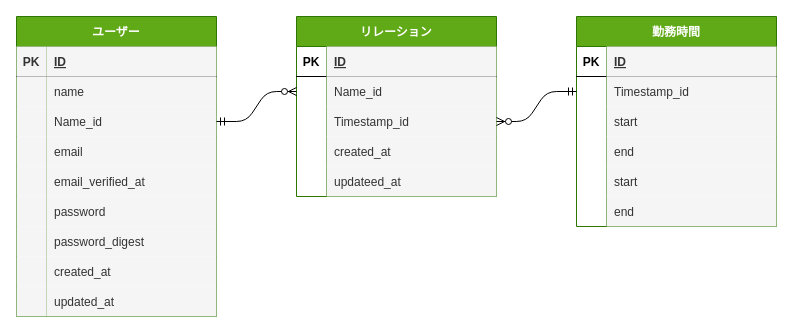
Before: docs/diagrams/atte.dio in teruma-nanami/atte, a draw.io diagram. Source tidied: cells renumbered, new cells numbered last; positions are measured from the earlier drawing's top-left corner, leaving out a move shared by most shapes. Both pictures are drawn from the tidied source at 100%, with x=0, y=0 at pixel (16, 16).
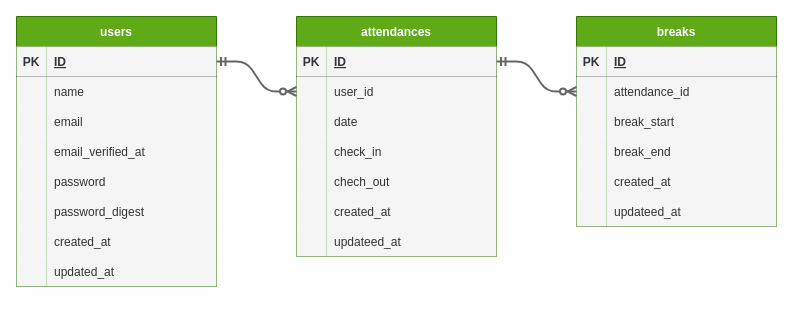
The same page after the edit.

The change refers to these unchanged cells:
```xml
<mxCell id="3" style="shape=tableRow;horizontal=0;startSize=0;swimlaneHead=0;swimlaneBody=0;fillColor=none;points=[[0,0.5],[1,0.5]];portConstraint=eastwest;top=0;left=0;right=0;bottom=1;" parent="2" vertex="1">
  <mxGeometry y="30" width="200" height="30" as="geometry" />
</mxCell>
<mxCell id="31" style="shape=tableRow;horizontal=0;startSize=0;swimlaneHead=0;swimlaneBody=0;fillColor=none;top=0;left=0;right=0;bottom=1;" parent="30" vertex="1">
  <mxGeometry y="30" width="200" height="30" as="geometry" />
</mxCell>
<mxCell id="34" style="shape=tableRow;horizontal=0;startSize=0;swimlaneHead=0;swimlaneBody=0;fillColor=none;points=[[0,0.5],[1,0.5]];portConstraint=eastwest;top=0;left=0;right=0;bottom=0;" parent="30" vertex="1">
  <mxGeometry y="60" width="200" height="30" as="geometry" />
</mxCell>
<mxCell id="37" style="shape=tableRow;horizontal=0;startSize=0;swimlaneHead=0;swimlaneBody=0;fillColor=none;top=0;left=0;right=0;bottom=0;" parent="30" vertex="1">
  <mxGeometry y="90" width="200" height="30" as="geometry" />
</mxCell>
<mxCell id="40" style="shape=tableRow;horizontal=0;startSize=0;swimlaneHead=0;swimlaneBody=0;fillColor=none;top=0;left=0;right=0;bottom=0;" parent="30" vertex="1">
  <mxGeometry y="120" width="200" height="30" as="geometry" />
</mxCell>
<mxCell id="43" style="shape=tableRow;horizontal=0;startSize=0;swimlaneHead=0;swimlaneBody=0;fillColor=none;top=0;left=0;right=0;bottom=0;" parent="30" vertex="1">
  <mxGeometry y="150" width="200" height="30" as="geometry" />
</mxCell>
<mxCell id="46" style="shape=tableRow;horizontal=0;startSize=0;swimlaneHead=0;swimlaneBody=0;fillColor=none;top=0;left=0;right=0;bottom=0;" parent="30" vertex="1">
  <mxGeometry y="180" width="200" height="30" as="geometry" />
</mxCell>
<mxCell id="50" style="shape=tableRow;horizontal=0;startSize=0;swimlaneHead=0;swimlaneBody=0;fillColor=none;points=[[0,0.5],[1,0.5]];portConstraint=eastwest;top=0;left=0;right=0;bottom=1;" parent="49" vertex="1">
  <mxGeometry y="30" width="200" height="30" as="geometry" />
</mxCell>
<mxCell id="53" style="shape=tableRow;horizontal=0;startSize=0;swimlaneHead=0;swimlaneBody=0;fillColor=none;points=[[0,0.5],[1,0.5]];portConstraint=eastwest;top=0;left=0;right=0;bottom=0;" parent="49" vertex="1">
  <mxGeometry y="60" width="200" height="30" as="geometry" />
</mxCell>
<mxCell id="56" style="shape=tableRow;horizontal=0;startSize=0;swimlaneHead=0;swimlaneBody=0;fillColor=none;points=[[0,0.5],[1,0.5]];portConstraint=eastwest;top=0;left=0;right=0;bottom=0;" parent="49" vertex="1">
  <mxGeometry y="90" width="200" height="30" as="geometry" />
</mxCell>
```

Diff of the diagram source:
```diff
@@
-<mxGraphModel>
+<mxGraphModel background="#ffffff">
@@
-    <mxCell id="2" value="ユーザー" style="shape=table;startSize=30;childLayout=tableLayout;rowLines=0;fontStyle=1;align=center;fillColor=#60a917;strokeColor=#2D7600;fontColor=#ffffff;" parent="1" vertex="1">
-      <mxGeometry width="200" height="300" as="geometry" />
+    <mxCell id="2" value="users" style="shape=table;startSize=30;childLayout=tableLayout;rowLines=0;fontStyle=1;align=center;fillColor=#60a917;strokeColor=#2D7600;fontColor=#ffffff;" parent="1" vertex="1">
+      <mxGeometry width="200" height="270" as="geometry" />
     </mxCell>
@@
-    <mxCell id="9" style="shape=tableRow;horizontal=0;startSize=0;swimlaneHead=0;swimlaneBody=0;fillColor=none;points=[[0,0.5],[1,0.5]];portConstraint=eastwest;top=0;left=0;right=0;bottom=0;" parent="2" vertex="1">
-      <mxGeometry y="90" width="200" height="30" as="geometry" />
-    </mxCell>
-    <mxCell id="10" style="shape=partialRectangle;fillColor=#f5f5f5;top=0;left=0;bottom=0;right=0;overflow=hidden;fontColor=#333333;strokeColor=#666666;" parent="9" vertex="1">
-      <mxGeometry width="30" height="30" as="geometry" />
-    </mxCell>
-    <mxCell id="11" value="Name_id" style="shape=partialRectangle;fillColor=#f5f5f5;top=0;left=0;bottom=0;right=0;align=left;spacingLeft=6;overflow=hidden;fontColor=#333333;strokeColor=#666666;" parent="9" vertex="1">
-      <mxGeometry x="30" width="170" height="30" as="geometry" />
-    </mxCell>
     <mxCell id="12" style="shape=tableRow;horizontal=0;startSize=0;swimlaneHead=0;swimlaneBody=0;fillColor=none;top=0;left=0;right=0;bottom=0;" parent="2" vertex="1">
-      <mxGeometry y="120" width="200" height="30" as="geometry" />
+      <mxGeometry y="90" width="200" height="30" as="geometry" />
     </mxCell>
@@
     <mxCell id="15" style="shape=tableRow;horizontal=0;startSize=0;swimlaneHead=0;swimlaneBody=0;fillColor=none;top=0;left=0;right=0;bottom=0;" parent="2" vertex="1">
-      <mxGeometry y="150" width="200" height="30" as="geometry" />
+      <mxGeometry y="120" width="200" height="30" as="geometry" />
     </mxCell>
@@
     <mxCell id="18" style="shape=tableRow;horizontal=0;startSize=0;swimlaneHead=0;swimlaneBody=0;fillColor=none;top=0;left=0;right=0;bottom=0;" parent="2" vertex="1">
-      <mxGeometry y="180" width="200" height="30" as="geometry" />
+      <mxGeometry y="150" width="200" height="30" as="geometry" />
     </mxCell>
@@
     <mxCell id="21" style="shape=tableRow;horizontal=0;startSize=0;swimlaneHead=0;swimlaneBody=0;fillColor=none;top=0;left=0;right=0;bottom=0;" parent="2" vertex="1">
-      <mxGeometry y="210" width="200" height="30" as="geometry" />
+      <mxGeometry y="180" width="200" height="30" as="geometry" />
     </mxCell>
@@
     <mxCell id="24" style="shape=tableRow;horizontal=0;startSize=0;swimlaneHead=0;swimlaneBody=0;fillColor=none;top=0;left=0;right=0;bottom=0;" parent="2" vertex="1">
-      <mxGeometry y="240" width="200" height="30" as="geometry" />
+      <mxGeometry y="210" width="200" height="30" as="geometry" />
     </mxCell>
@@
     <mxCell id="27" style="shape=tableRow;horizontal=0;startSize=0;swimlaneHead=0;swimlaneBody=0;fillColor=none;top=0;left=0;right=0;bottom=0;" parent="2" vertex="1">
-      <mxGeometry y="270" width="200" height="30" as="geometry" />
+      <mxGeometry y="240" width="200" height="30" as="geometry" />
     </mxCell>
@@
-    <mxCell id="30" value="勤務時間" style="shape=table;startSize=30;childLayout=tableLayout;rowLines=0;fontStyle=1;align=center;fillColor=#60a917;strokeColor=#2D7600;fontColor=#ffffff;" parent="1" vertex="1">
+    <mxCell id="30" value="breaks" style="shape=table;startSize=30;childLayout=tableLayout;rowLines=0;fontStyle=1;align=center;fillColor=#60a917;strokeColor=#2D7600;fontColor=#ffffff;" parent="1" vertex="1">
       <mxGeometry x="560" width="200" height="210" as="geometry" />
     </mxCell>
@@
-    <mxCell id="32" value="PK" style="shape=partialRectangle;fillColor=none;top=0;left=0;bottom=0;right=0;fontStyle=1;overflow=hidden;" parent="31" vertex="1">
+    <mxCell id="32" value="PK" style="shape=partialRectangle;fillColor=#f5f5f5;top=0;left=0;bottom=0;right=0;fontStyle=1;overflow=hidden;fontColor=#333333;strokeColor=#666666;" parent="31" vertex="1">
       <mxGeometry width="30" height="30" as="geometry" />
     </mxCell>
@@
-    <mxCell id="35" style="shape=partialRectangle;fillColor=none;top=0;left=0;bottom=0;right=0;overflow=hidden;" parent="34" vertex="1">
+    <mxCell id="35" style="shape=partialRectangle;fillColor=#f5f5f5;top=0;left=0;bottom=0;right=0;overflow=hidden;fontColor=#333333;strokeColor=#666666;" parent="34" vertex="1">
       <mxGeometry width="30" height="30" as="geometry" />
     </mxCell>
-    <mxCell id="36" value="Timestamp_id" style="shape=partialRectangle;fillColor=#f5f5f5;top=0;left=0;bottom=0;right=0;align=left;spacingLeft=6;overflow=hidden;fontColor=#333333;strokeColor=#666666;" parent="34" vertex="1">
+    <mxCell id="36" value="attendance_id" style="shape=partialRectangle;fillColor=#f5f5f5;top=0;left=0;bottom=0;right=0;align=left;spacingLeft=6;overflow=hidden;fontColor=#333333;strokeColor=#666666;" parent="34" vertex="1">
       <mxGeometry x="30" width="170" height="30" as="geometry" />
     </mxCell>
@@
-    <mxCell id="38" style="shape=partialRectangle;fillColor=none;top=0;left=0;bottom=0;right=0;overflow=hidden;" parent="37" vertex="1">
+    <mxCell id="38" style="shape=partialRectangle;fillColor=#f5f5f5;top=0;left=0;bottom=0;right=0;overflow=hidden;fontColor=#333333;strokeColor=#666666;" parent="37" vertex="1">
       <mxGeometry width="30" height="30" as="geometry" />
     </mxCell>
-    <mxCell id="39" value="start" style="shape=partialRectangle;fillColor=#f5f5f5;top=0;left=0;bottom=0;right=0;align=left;spacingLeft=6;overflow=hidden;fontColor=#333333;strokeColor=#666666;" parent="37" vertex="1">
+    <mxCell id="39" value="break_start" style="shape=partialRectangle;fillColor=#f5f5f5;top=0;left=0;bottom=0;right=0;align=left;spacingLeft=6;overflow=hidden;fontColor=#333333;strokeColor=#666666;" parent="37" vertex="1">
       <mxGeometry x="30" width="170" height="30" as="geometry" />
     </mxCell>
@@
-    <mxCell id="41" style="shape=partialRectangle;fillColor=none;top=0;left=0;bottom=0;right=0;overflow=hidden;" parent="40" vertex="1">
+    <mxCell id="41" style="shape=partialRectangle;fillColor=#f5f5f5;top=0;left=0;bottom=0;right=0;overflow=hidden;fontColor=#333333;strokeColor=#666666;" parent="40" vertex="1">
       <mxGeometry width="30" height="30" as="geometry" />
     </mxCell>
-    <mxCell id="42" value="end" style="shape=partialRectangle;fillColor=#f5f5f5;top=0;left=0;bottom=0;right=0;align=left;spacingLeft=6;overflow=hidden;fontColor=#333333;strokeColor=#666666;" parent="40" vertex="1">
+    <mxCell id="42" value="break_end" style="shape=partialRectangle;fillColor=#f5f5f5;top=0;left=0;bottom=0;right=0;align=left;spacingLeft=6;overflow=hidden;fontColor=#333333;strokeColor=#666666;" parent="40" vertex="1">
       <mxGeometry x="30" width="170" height="30" as="geometry" />
     </mxCell>
@@
-    <mxCell id="44" style="shape=partialRectangle;fillColor=none;top=0;left=0;bottom=0;right=0;overflow=hidden;" parent="43" vertex="1">
+    <mxCell id="44" style="shape=partialRectangle;fillColor=#f5f5f5;top=0;left=0;bottom=0;right=0;overflow=hidden;fontColor=#333333;strokeColor=#666666;" parent="43" vertex="1">
       <mxGeometry width="30" height="30" as="geometry" />
     </mxCell>
-    <mxCell id="45" value="start" style="shape=partialRectangle;fillColor=#f5f5f5;top=0;left=0;bottom=0;right=0;align=left;spacingLeft=6;overflow=hidden;fontColor=#333333;strokeColor=#666666;" parent="43" vertex="1">
+    <mxCell id="45" value="created_at" style="shape=partialRectangle;fillColor=#f5f5f5;top=0;left=0;bottom=0;right=0;align=left;spacingLeft=6;overflow=hidden;fontColor=#333333;strokeColor=#666666;" parent="43" vertex="1">
       <mxGeometry x="30" width="170" height="30" as="geometry" />
     </mxCell>
@@
-    <mxCell id="47" style="shape=partialRectangle;fillColor=none;top=0;left=0;bottom=0;right=0;overflow=hidden;" parent="46" vertex="1">
+    <mxCell id="47" style="shape=partialRectangle;fillColor=#f5f5f5;top=0;left=0;bottom=0;right=0;overflow=hidden;fontColor=#333333;strokeColor=#666666;" parent="46" vertex="1">
       <mxGeometry width="30" height="30" as="geometry" />
     </mxCell>
-    <mxCell id="48" value="end" style="shape=partialRectangle;fillColor=#f5f5f5;top=0;left=0;bottom=0;right=0;align=left;spacingLeft=6;overflow=hidden;fontColor=#333333;strokeColor=#666666;" parent="46" vertex="1">
+    <mxCell id="48" value="updateed_at" style="shape=partialRectangle;fillColor=#f5f5f5;top=0;left=0;bottom=0;right=0;align=left;spacingLeft=6;overflow=hidden;fontColor=#333333;strokeColor=#666666;" parent="46" vertex="1">
       <mxGeometry x="30" width="170" height="30" as="geometry" />
     </mxCell>
-    <mxCell id="49" value="リレーション" style="shape=table;startSize=30;childLayout=tableLayout;rowLines=0;fontStyle=1;align=center;fillColor=#60a917;strokeColor=#2D7600;fontColor=#ffffff;" parent="1" vertex="1">
-      <mxGeometry x="280" width="200" height="180" as="geometry" />
+    <mxCell id="49" value="attendances" style="shape=table;startSize=30;childLayout=tableLayout;rowLines=0;fontStyle=1;align=center;fillColor=#60a917;strokeColor=#2D7600;fontColor=#ffffff;" parent="1" vertex="1">
+      <mxGeometry x="280" width="200" height="240" as="geometry" />
     </mxCell>
@@
-    <mxCell id="51" value="PK" style="shape=partialRectangle;fillColor=none;top=0;left=0;bottom=0;right=0;fontStyle=1;overflow=hidden;" parent="50" vertex="1">
+    <mxCell id="51" value="PK" style="shape=partialRectangle;fillColor=#f5f5f5;top=0;left=0;bottom=0;right=0;fontStyle=1;overflow=hidden;fontColor=#333333;strokeColor=#666666;" parent="50" vertex="1">
       <mxGeometry width="30" height="30" as="geometry" />
     </mxCell>
@@
-    <mxCell id="54" style="shape=partialRectangle;fillColor=none;top=0;left=0;bottom=0;right=0;overflow=hidden;" parent="53" vertex="1">
+    <mxCell id="54" style="shape=partialRectangle;fillColor=#f5f5f5;top=0;left=0;bottom=0;right=0;overflow=hidden;fontColor=#333333;strokeColor=#666666;" parent="53" vertex="1">
       <mxGeometry width="30" height="30" as="geometry" />
     </mxCell>
-    <mxCell id="55" value="Name_id" style="shape=partialRectangle;fillColor=#f5f5f5;top=0;left=0;bottom=0;right=0;align=left;spacingLeft=6;overflow=hidden;fontColor=#333333;strokeColor=#666666;" parent="53" vertex="1">
+    <mxCell id="55" value="user_id" style="shape=partialRectangle;fillColor=#f5f5f5;top=0;left=0;bottom=0;right=0;align=left;spacingLeft=6;overflow=hidden;fontColor=#333333;strokeColor=#666666;" parent="53" vertex="1">
       <mxGeometry x="30" width="170" height="30" as="geometry" />
     </mxCell>
@@
-    <mxCell id="57" style="shape=partialRectangle;fillColor=none;top=0;left=0;bottom=0;right=0;overflow=hidden;" parent="56" vertex="1">
+    <mxCell id="57" style="shape=partialRectangle;fillColor=#f5f5f5;top=0;left=0;bottom=0;right=0;overflow=hidden;fontColor=#333333;strokeColor=#666666;" parent="56" vertex="1">
       <mxGeometry width="30" height="30" as="geometry" />
     </mxCell>
-    <mxCell id="58" value="Timestamp_id" style="shape=partialRectangle;fillColor=#f5f5f5;top=0;left=0;bottom=0;right=0;align=left;spacingLeft=6;overflow=hidden;fontColor=#333333;strokeColor=#666666;" parent="56" vertex="1">
+    <mxCell id="58" value="date" style="shape=partialRectangle;fillColor=#f5f5f5;top=0;left=0;bottom=0;right=0;align=left;spacingLeft=6;overflow=hidden;fontColor=#333333;strokeColor=#666666;" parent="56" vertex="1">
       <mxGeometry x="30" width="170" height="30" as="geometry" />
     </mxCell>
+    <mxCell id="67" style="shape=tableRow;horizontal=0;startSize=0;swimlaneHead=0;swimlaneBody=0;fillColor=none;top=0;left=0;right=0;bottom=0;" parent="49" vertex="1">
+      <mxGeometry y="120" width="200" height="30" as="geometry" />
+    </mxCell>
+    <mxCell id="68" style="shape=partialRectangle;fillColor=#f5f5f5;top=0;left=0;bottom=0;right=0;overflow=hidden;fontColor=#333333;strokeColor=#666666;" parent="67" vertex="1">
+      <mxGeometry width="30" height="30" as="geometry" />
+    </mxCell>
+    <mxCell id="69" value="check_in" style="shape=partialRectangle;fillColor=#f5f5f5;top=0;left=0;bottom=0;right=0;align=left;spacingLeft=6;overflow=hidden;fontColor=#333333;strokeColor=#666666;" parent="67" vertex="1">
+      <mxGeometry x="30" width="170" height="30" as="geometry" />
+    </mxCell>
+    <mxCell id="70" style="shape=tableRow;horizontal=0;startSize=0;swimlaneHead=0;swimlaneBody=0;fillColor=none;top=0;left=0;right=0;bottom=0;" parent="49" vertex="1">
+      <mxGeometry y="150" width="200" height="30" as="geometry" />
+    </mxCell>
+    <mxCell id="71" style="shape=partialRectangle;fillColor=#f5f5f5;top=0;left=0;bottom=0;right=0;overflow=hidden;fontColor=#333333;strokeColor=#666666;" parent="70" vertex="1">
+      <mxGeometry width="30" height="30" as="geometry" />
+    </mxCell>
+    <mxCell id="72" value="chech_out" style="shape=partialRectangle;fillColor=#f5f5f5;top=0;left=0;bottom=0;right=0;align=left;spacingLeft=6;overflow=hidden;fontColor=#333333;strokeColor=#666666;" parent="70" vertex="1">
+      <mxGeometry x="30" width="170" height="30" as="geometry" />
+    </mxCell>
     <mxCell id="59" style="shape=tableRow;horizontal=0;startSize=0;swimlaneHead=0;swimlaneBody=0;fillColor=none;top=0;left=0;right=0;bottom=0;" parent="49" vertex="1">
-      <mxGeometry y="120" width="200" height="30" as="geometry" />
+      <mxGeometry y="180" width="200" height="30" as="geometry" />
     </mxCell>
-    <mxCell id="60" style="shape=partialRectangle;fillColor=none;top=0;left=0;bottom=0;right=0;overflow=hidden;" parent="59" vertex="1">
+    <mxCell id="60" style="shape=partialRectangle;fillColor=#f5f5f5;top=0;left=0;bottom=0;right=0;overflow=hidden;fontColor=#333333;strokeColor=#666666;" parent="59" vertex="1">
       <mxGeometry width="30" height="30" as="geometry" />
     </mxCell>
@@
     <mxCell id="62" style="shape=tableRow;horizontal=0;startSize=0;swimlaneHead=0;swimlaneBody=0;fillColor=none;top=0;left=0;right=0;bottom=0;" parent="49" vertex="1">
-      <mxGeometry y="150" width="200" height="30" as="geometry" />
+      <mxGeometry y="210" width="200" height="30" as="geometry" />
     </mxCell>
-    <mxCell id="63" style="shape=partialRectangle;fillColor=none;top=0;left=0;bottom=0;right=0;overflow=hidden;" parent="62" vertex="1">
+    <mxCell id="63" style="shape=partialRectangle;fillColor=#f5f5f5;top=0;left=0;bottom=0;right=0;overflow=hidden;fontColor=#333333;strokeColor=#666666;" parent="62" vertex="1">
       <mxGeometry width="30" height="30" as="geometry" />
     </mxCell>
@@
+    <mxCell id="66" style="edgeStyle=entityRelationEdgeStyle;fontSize=12;html=1;endArrow=ERzeroToMany;startArrow=ERmandOne;entryX=0;entryY=0.5;entryDx=0;entryDy=0;exitX=1;exitY=0.5;exitDx=0;exitDy=0;strokeWidth=2;fillColor=#f5f5f5;strokeColor=#666666;" parent="1" edge="1" source="3" target="53">
+      <mxGeometry relative="1" as="geometry" />
+    </mxCell>
-    <mxCell id="65" style="edgeStyle=entityRelationEdgeStyle;fontSize=12;html=1;endArrow=ERzeroToMany;startArrow=ERmandOne;entryX=1;entryY=0.5;entryDx=0;entryDy=0;exitX=0;exitY=0.5;exitDx=0;exitDy=0;" parent="1" edge="1" source="34" target="56">
+    <mxCell id="65" style="edgeStyle=entityRelationEdgeStyle;fontSize=12;html=1;endArrow=ERzeroToMany;startArrow=ERmandOne;exitX=1;exitY=0.5;exitDx=0;exitDy=0;entryX=0;entryY=0.5;entryDx=0;entryDy=0;strokeWidth=2;fillColor=#f5f5f5;strokeColor=#666666;" parent="1" edge="1" source="50" target="34">
       <mxGeometry relative="1" as="geometry" />
     </mxCell>
-    <mxCell id="66" style="edgeStyle=entityRelationEdgeStyle;fontSize=12;html=1;endArrow=ERzeroToMany;startArrow=ERmandOne;entryX=0;entryY=0.5;entryDx=0;entryDy=0;exitX=1;exitY=0.5;exitDx=0;exitDy=0;" parent="1" edge="1" source="9" target="53">
-      <mxGeometry relative="1" as="geometry" />
-    </mxCell>
```
